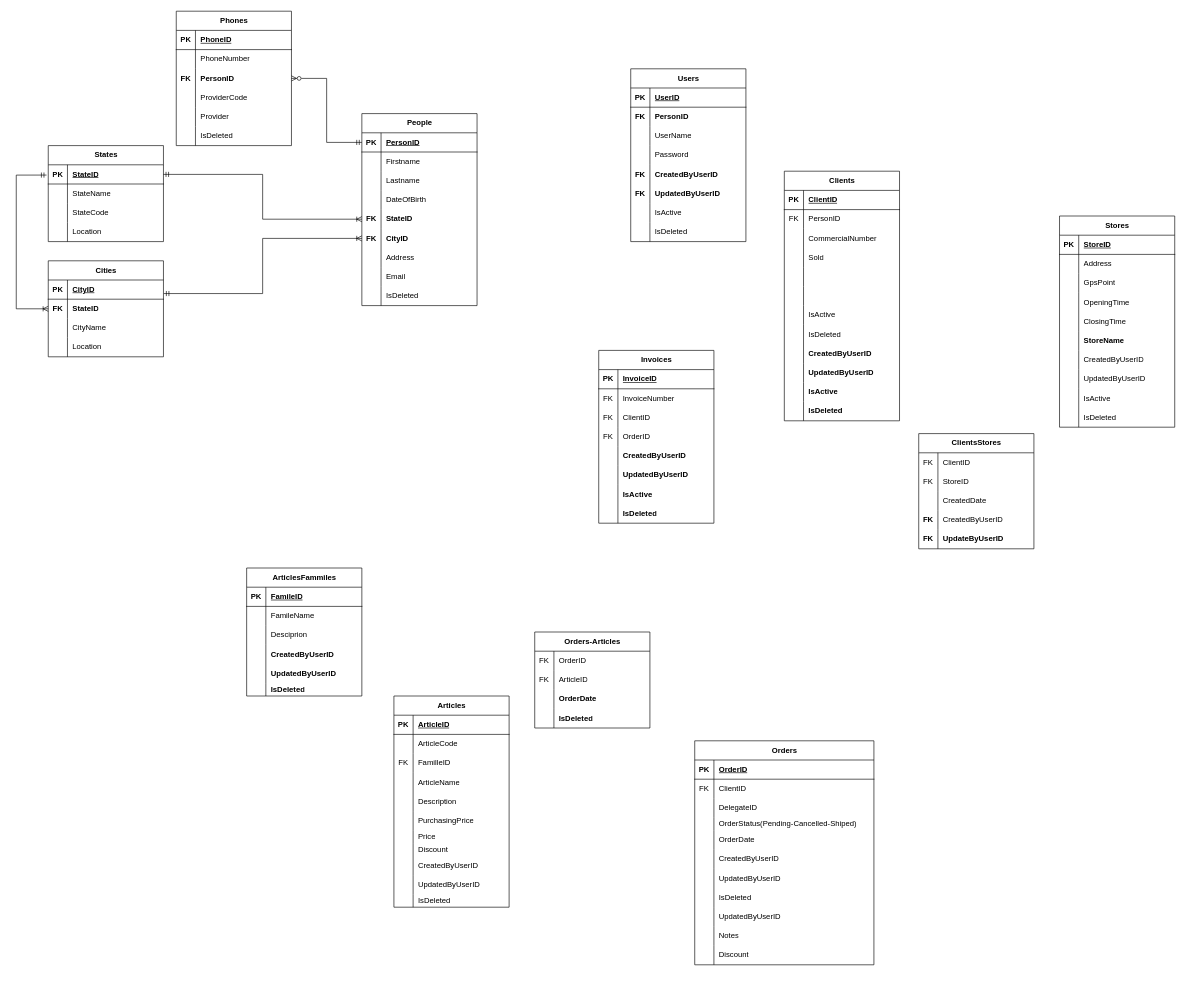
Above: GNT_Manager.drawio in khalil98dev/GNT (draw.io), before the change. Source tidied: cells renumbered, new cells numbered last; positions are measured from the earlier drawing's top-left corner, leaving out a move shared by most shapes. Both pictures are drawn from the tidied source at 64%, with x=0, y=0 at pixel (16, 11).
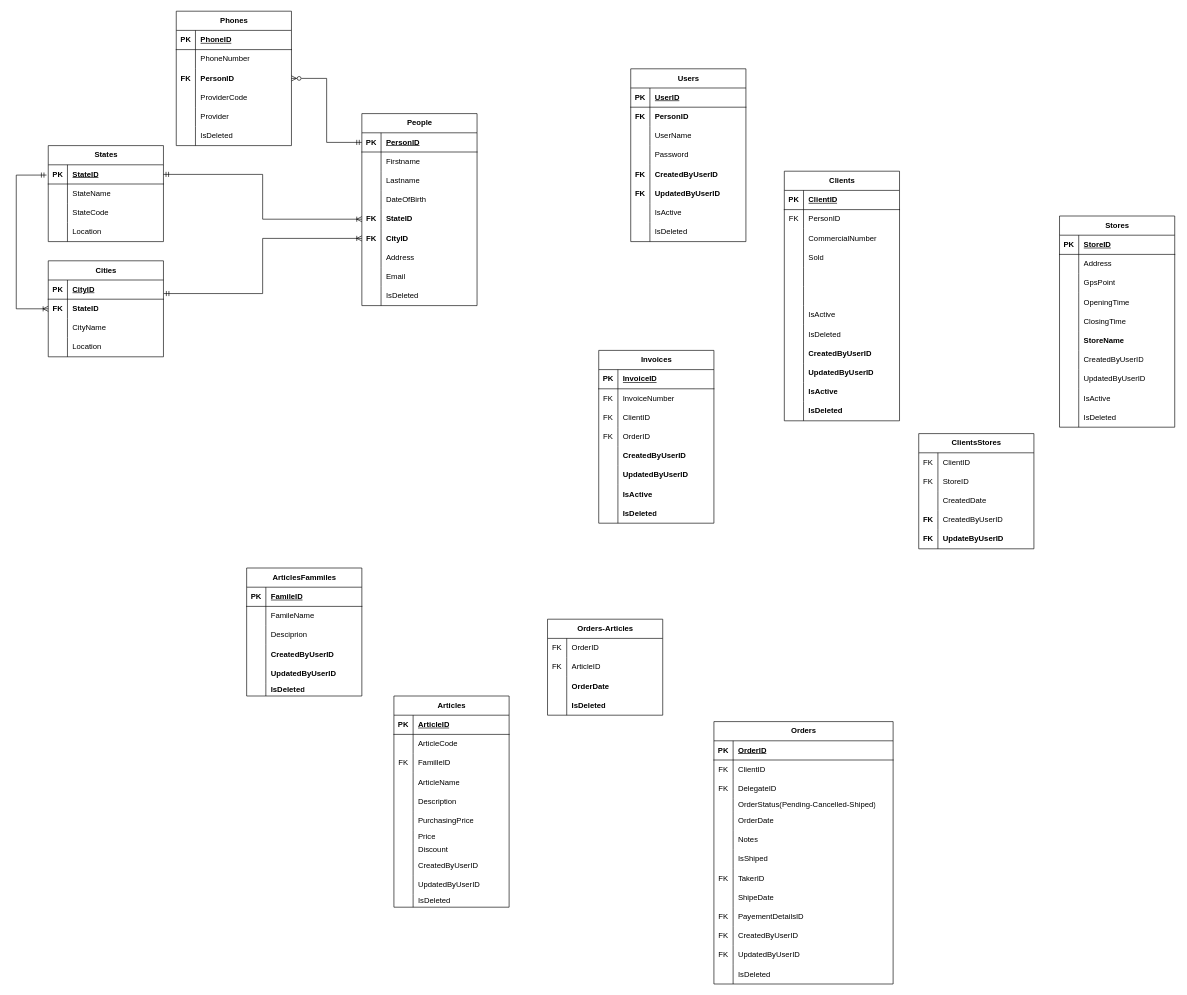
The same page after the edit.

Unchanged cells that the change refers to:
```xml
<mxCell id="288" style="shape=tableRow;horizontal=0;startSize=0;swimlaneHead=0;swimlaneBody=0;fillColor=none;top=0;left=0;right=0;bottom=0;" parent="281" vertex="1">
  <mxGeometry y="90" width="280" height="30" as="geometry" />
</mxCell>
```

Change to the diagram source:
```diff
@@
     <mxCell id="268" value="Orders-Articles" style="shape=table;startSize=30;childLayout=tableLayout;rowLines=0;fontStyle=1;align=center;html=1;" parent="1" vertex="1">
-      <mxGeometry x="810" y="970" width="180" height="150" as="geometry" />
+      <mxGeometry x="830" y="950" width="180" height="150" as="geometry" />
     </mxCell>
@@
     <mxCell id="281" value="Orders" style="shape=table;startSize=30;childLayout=tableLayout;rowLines=0;fontStyle=1;align=center;html=1;" parent="1" vertex="1">
-      <mxGeometry x="1060" y="1140" width="280" height="350" as="geometry" />
+      <mxGeometry x="1090" y="1110" width="280" height="410" as="geometry" />
     </mxCell>
@@
-    <mxCell id="289" style="shape=partialRectangle;fillColor=none;top=0;left=0;bottom=0;right=0;overflow=hidden;whiteSpace=wrap;html=1;" parent="288" vertex="1">
-      <mxGeometry width="30" height="30" as="geometry" />
-    </mxCell>
+    <mxCell id="315" value="FK" style="shape=partialRectangle;fillColor=none;top=0;left=0;bottom=0;right=0;overflow=hidden;whiteSpace=wrap;html=1;" parent="288" vertex="1">
+      <mxGeometry width="30" height="30" as="geometry" />
+    </mxCell>
@@
+    <mxCell id="309" style="shape=tableRow;horizontal=0;startSize=0;swimlaneHead=0;swimlaneBody=0;fillColor=none;top=0;left=0;right=0;bottom=0;" parent="281" vertex="1">
+      <mxGeometry y="170" width="280" height="30" as="geometry" />
+    </mxCell>
+    <mxCell id="310" style="shape=partialRectangle;fillColor=none;top=0;left=0;bottom=0;right=0;overflow=hidden;whiteSpace=wrap;html=1;" parent="309" vertex="1">
+      <mxGeometry width="30" height="30" as="geometry" />
+    </mxCell>
+    <mxCell id="311" value="Notes" style="shape=partialRectangle;fillColor=none;top=0;left=0;bottom=0;right=0;align=left;spacingLeft=6;overflow=hidden;whiteSpace=wrap;html=1;" parent="309" vertex="1">
+      <mxGeometry x="30" width="250" height="30" as="geometry" />
+    </mxCell>
+    <mxCell id="316" style="shape=tableRow;horizontal=0;startSize=0;swimlaneHead=0;swimlaneBody=0;fillColor=none;top=0;left=0;right=0;bottom=0;" parent="281" vertex="1">
+      <mxGeometry y="200" width="280" height="30" as="geometry" />
+    </mxCell>
+    <mxCell id="317" style="shape=partialRectangle;fillColor=none;top=0;left=0;bottom=0;right=0;overflow=hidden;whiteSpace=wrap;html=1;" parent="316" vertex="1">
+      <mxGeometry width="30" height="30" as="geometry" />
+    </mxCell>
+    <mxCell id="318" value="IsShiped" style="shape=partialRectangle;fillColor=none;top=0;left=0;bottom=0;right=0;align=left;spacingLeft=6;overflow=hidden;whiteSpace=wrap;html=1;" parent="316" vertex="1">
+      <mxGeometry x="30" width="250" height="30" as="geometry" />
+    </mxCell>
+    <mxCell id="319" style="shape=tableRow;horizontal=0;startSize=0;swimlaneHead=0;swimlaneBody=0;fillColor=none;top=0;left=0;right=0;bottom=0;" parent="281" vertex="1">
+      <mxGeometry y="230" width="280" height="30" as="geometry" />
+    </mxCell>
+    <mxCell id="320" value="FK" style="shape=partialRectangle;fillColor=none;top=0;left=0;bottom=0;right=0;overflow=hidden;whiteSpace=wrap;html=1;" parent="319" vertex="1">
+      <mxGeometry width="30" height="30" as="geometry" />
+    </mxCell>
+    <mxCell id="321" value="TakerID" style="shape=partialRectangle;fillColor=none;top=0;left=0;bottom=0;right=0;align=left;spacingLeft=6;overflow=hidden;whiteSpace=wrap;html=1;" parent="319" vertex="1">
+      <mxGeometry x="30" width="250" height="30" as="geometry" />
+    </mxCell>
+    <mxCell id="306" style="shape=tableRow;horizontal=0;startSize=0;swimlaneHead=0;swimlaneBody=0;fillColor=none;top=0;left=0;right=0;bottom=0;" parent="281" vertex="1">
+      <mxGeometry y="260" width="280" height="30" as="geometry" />
+    </mxCell>
+    <mxCell id="322" style="shape=partialRectangle;fillColor=none;top=0;left=0;bottom=0;right=0;overflow=hidden;whiteSpace=wrap;html=1;" parent="306" vertex="1">
+      <mxGeometry width="30" height="30" as="geometry" />
+    </mxCell>
+    <mxCell id="323" value="ShipeDate" style="shape=partialRectangle;fillColor=none;top=0;left=0;bottom=0;right=0;align=left;spacingLeft=6;overflow=hidden;whiteSpace=wrap;html=1;" parent="306" vertex="1">
+      <mxGeometry x="30" width="250" height="30" as="geometry" />
+    </mxCell>
+    <mxCell id="324" style="shape=tableRow;horizontal=0;startSize=0;swimlaneHead=0;swimlaneBody=0;fillColor=none;top=0;left=0;right=0;bottom=0;" parent="281" vertex="1">
+      <mxGeometry y="290" width="280" height="30" as="geometry" />
+    </mxCell>
+    <mxCell id="325" value="FK" style="shape=partialRectangle;fillColor=none;top=0;left=0;bottom=0;right=0;overflow=hidden;whiteSpace=wrap;html=1;" parent="324" vertex="1">
+      <mxGeometry width="30" height="30" as="geometry" />
+    </mxCell>
+    <mxCell id="326" value="PayementDetailsID" style="shape=partialRectangle;fillColor=none;top=0;left=0;bottom=0;right=0;align=left;spacingLeft=6;overflow=hidden;whiteSpace=wrap;html=1;" parent="324" vertex="1">
+      <mxGeometry x="30" width="250" height="30" as="geometry" />
+    </mxCell>
     <mxCell id="297" style="shape=tableRow;horizontal=0;startSize=0;swimlaneHead=0;swimlaneBody=0;fillColor=none;top=0;left=0;right=0;bottom=0;" parent="281" vertex="1">
-      <mxGeometry y="170" width="280" height="30" as="geometry" />
+      <mxGeometry y="320" width="280" height="30" as="geometry" />
     </mxCell>
-    <mxCell id="298" style="shape=partialRectangle;fillColor=none;top=0;left=0;bottom=0;right=0;overflow=hidden;whiteSpace=wrap;html=1;" parent="297" vertex="1">
+    <mxCell id="298" value="FK" style="shape=partialRectangle;fillColor=none;top=0;left=0;bottom=0;right=0;overflow=hidden;whiteSpace=wrap;html=1;" parent="297" vertex="1">
       <mxGeometry width="30" height="30" as="geometry" />
     </mxCell>
@@
     <mxCell id="300" style="shape=tableRow;horizontal=0;startSize=0;swimlaneHead=0;swimlaneBody=0;fillColor=none;top=0;left=0;right=0;bottom=0;" parent="281" vertex="1">
-      <mxGeometry y="200" width="280" height="30" as="geometry" />
+      <mxGeometry y="350" width="280" height="30" as="geometry" />
     </mxCell>
-    <mxCell id="301" style="shape=partialRectangle;fillColor=none;top=0;left=0;bottom=0;right=0;overflow=hidden;whiteSpace=wrap;html=1;" parent="300" vertex="1">
+    <mxCell id="301" value="FK" style="shape=partialRectangle;fillColor=none;top=0;left=0;bottom=0;right=0;overflow=hidden;whiteSpace=wrap;html=1;" parent="300" vertex="1">
       <mxGeometry width="30" height="30" as="geometry" />
     </mxCell>
@@
     <mxCell id="303" style="shape=tableRow;horizontal=0;startSize=0;swimlaneHead=0;swimlaneBody=0;fillColor=none;top=0;left=0;right=0;bottom=0;" parent="281" vertex="1">
-      <mxGeometry y="230" width="280" height="30" as="geometry" />
+      <mxGeometry y="380" width="280" height="30" as="geometry" />
     </mxCell>
@@
-    <mxCell id="306" style="shape=tableRow;horizontal=0;startSize=0;swimlaneHead=0;swimlaneBody=0;fillColor=none;top=0;left=0;right=0;bottom=0;" parent="281" vertex="1">
-      <mxGeometry y="260" width="280" height="30" as="geometry" />
-    </mxCell>
-    <mxCell id="307" style="shape=partialRectangle;fillColor=none;top=0;left=0;bottom=0;right=0;overflow=hidden;whiteSpace=wrap;html=1;" parent="306" vertex="1">
-      <mxGeometry width="30" height="30" as="geometry" />
-    </mxCell>
-    <mxCell id="308" value="UpdatedByUserID" style="shape=partialRectangle;fillColor=none;top=0;left=0;bottom=0;right=0;align=left;spacingLeft=6;overflow=hidden;whiteSpace=wrap;html=1;" parent="306" vertex="1">
-      <mxGeometry x="30" width="250" height="30" as="geometry" />
-    </mxCell>
-    <mxCell id="309" style="shape=tableRow;horizontal=0;startSize=0;swimlaneHead=0;swimlaneBody=0;fillColor=none;top=0;left=0;right=0;bottom=0;" parent="281" vertex="1">
-      <mxGeometry y="290" width="280" height="30" as="geometry" />
-    </mxCell>
-    <mxCell id="310" style="shape=partialRectangle;fillColor=none;top=0;left=0;bottom=0;right=0;overflow=hidden;whiteSpace=wrap;html=1;" parent="309" vertex="1">
-      <mxGeometry width="30" height="30" as="geometry" />
-    </mxCell>
-    <mxCell id="311" value="Notes" style="shape=partialRectangle;fillColor=none;top=0;left=0;bottom=0;right=0;align=left;spacingLeft=6;overflow=hidden;whiteSpace=wrap;html=1;" parent="309" vertex="1">
-      <mxGeometry x="30" width="250" height="30" as="geometry" />
-    </mxCell>
-    <mxCell id="312" style="shape=tableRow;horizontal=0;startSize=0;swimlaneHead=0;swimlaneBody=0;fillColor=none;top=0;left=0;right=0;bottom=0;" parent="281" vertex="1">
-      <mxGeometry y="320" width="280" height="30" as="geometry" />
-    </mxCell>
-    <mxCell id="313" style="shape=partialRectangle;fillColor=none;top=0;left=0;bottom=0;right=0;overflow=hidden;whiteSpace=wrap;html=1;" parent="312" vertex="1">
-      <mxGeometry width="30" height="30" as="geometry" />
-    </mxCell>
-    <mxCell id="314" value="Discount" style="shape=partialRectangle;fillColor=none;top=0;left=0;bottom=0;right=0;align=left;spacingLeft=6;overflow=hidden;whiteSpace=wrap;html=1;" parent="312" vertex="1">
-      <mxGeometry x="30" width="250" height="30" as="geometry" />
-    </mxCell>
```
